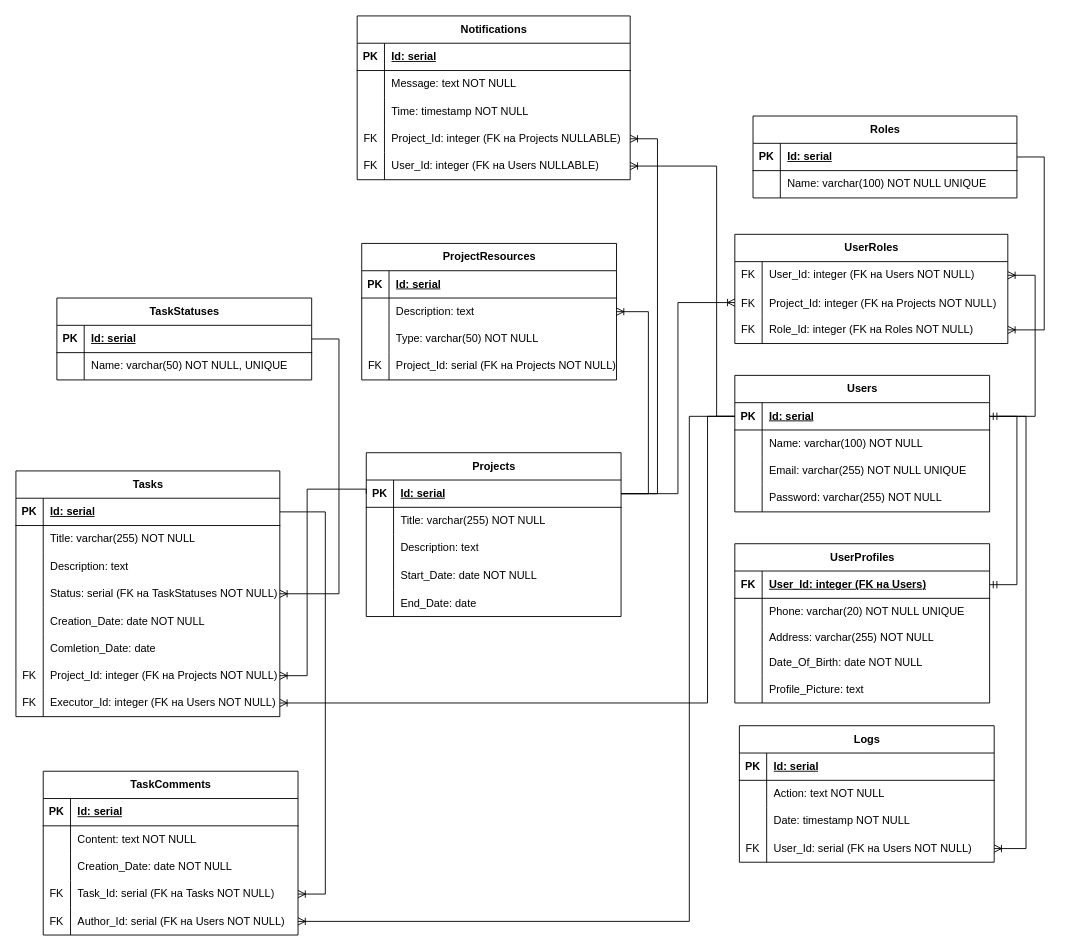
The draw.io diagram DB_scheme.drawio in Pumpardian/DMnDBCS, before the edit. Source tidied: cells renumbered, new cells numbered last; positions are measured from the earlier drawing's top-left corner, leaving out a move shared by most shapes. Both pictures are drawn from the tidied source at 91%, with x=0, y=0 at pixel (15, 15).
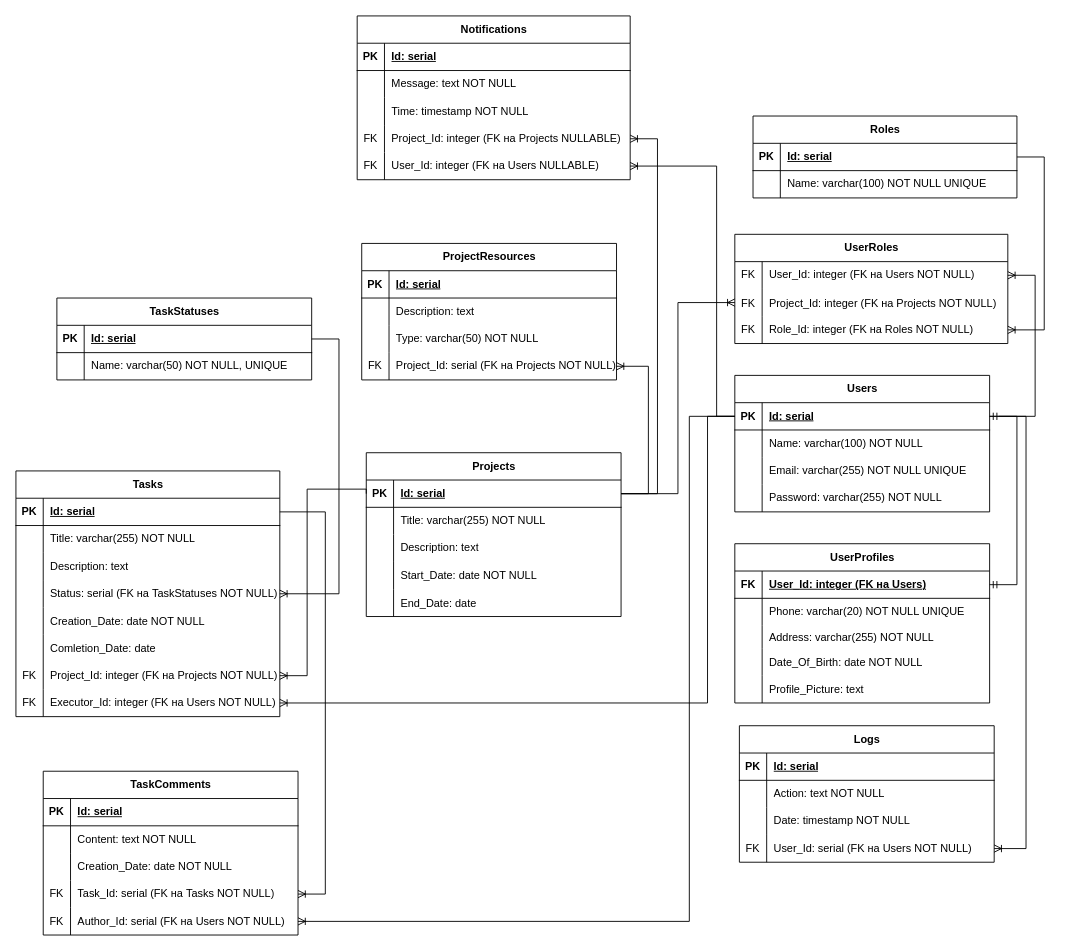
After the change.

The change refers to these unchanged cells:
```xml
<mxCell id="48" style="shape=tableRow;horizontal=0;startSize=0;swimlaneHead=0;swimlaneBody=0;fillColor=none;points=[[0,0.5],[1,0.5]];portConstraint=eastwest;top=0;left=0;right=0;bottom=1;" parent="47" vertex="1">
  <mxGeometry y="30" width="280" height="30" as="geometry" />
</mxCell>
<mxCell id="79" value="ProjectResources" style="shape=table;startSize=30;childLayout=tableLayout;rowLines=0;fontStyle=1;align=center;html=1;" parent="1" vertex="1">
  <mxGeometry x="380" y="250" width="280" height="150" as="geometry" />
</mxCell>
<mxCell id="89" style="shape=tableRow;horizontal=0;startSize=0;swimlaneHead=0;swimlaneBody=0;fillColor=none;points=[[0,0.5],[1,0.5]];portConstraint=eastwest;top=0;left=0;right=0;bottom=0;" parent="79" vertex="1">
  <mxGeometry y="120" width="280" height="30" as="geometry" />
</mxCell>
```

The edit, as a diff of the source:
```diff
@@
-    <mxCell id="164" style="edgeStyle=entityRelationEdgeStyle;fontSize=12;html=1;endArrow=ERoneToMany;rounded=0;" parent="1" edge="1" source="48" target="79">
+    <mxCell id="164" style="edgeStyle=entityRelationEdgeStyle;fontSize=12;html=1;endArrow=ERoneToMany;rounded=0;" parent="1" edge="1" source="48" target="89">
       <mxGeometry relative="1" as="geometry" />
     </mxCell>
```
